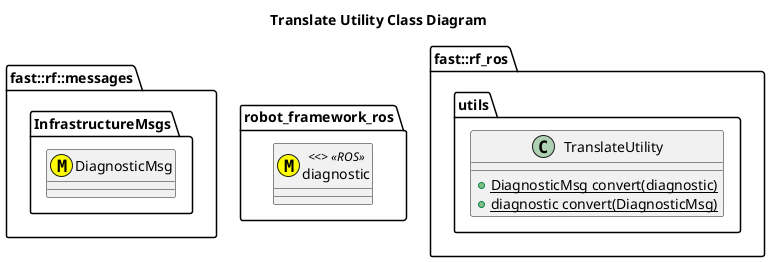
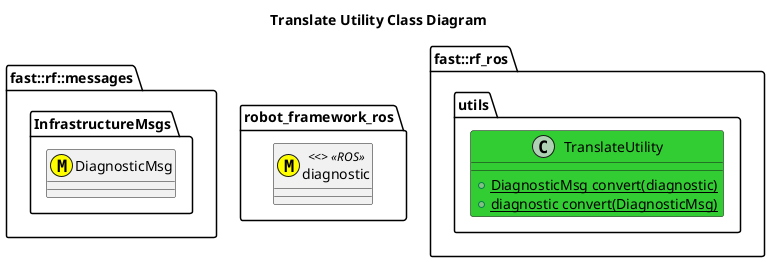
@startuml
title Translate Utility Class Diagram
namespace fast::rf::messages {
    namespace InfrastructureMsgs {
        class DiagnosticMsg <<(M,#FFFF00)>>
    }
}
namespace robot_framework_ros {
    class diagnostic <<(M,#FFFF00)> <<ROS>>
}
namespace fast::rf_ros {
    namespace utils {
-         class TranslateUtility {
+         class TranslateUtility #LimeGreen {
            +{static} DiagnosticMsg convert(diagnostic)
            +{static} diagnostic convert(DiagnosticMsg)
        }

    }
}

@enduml